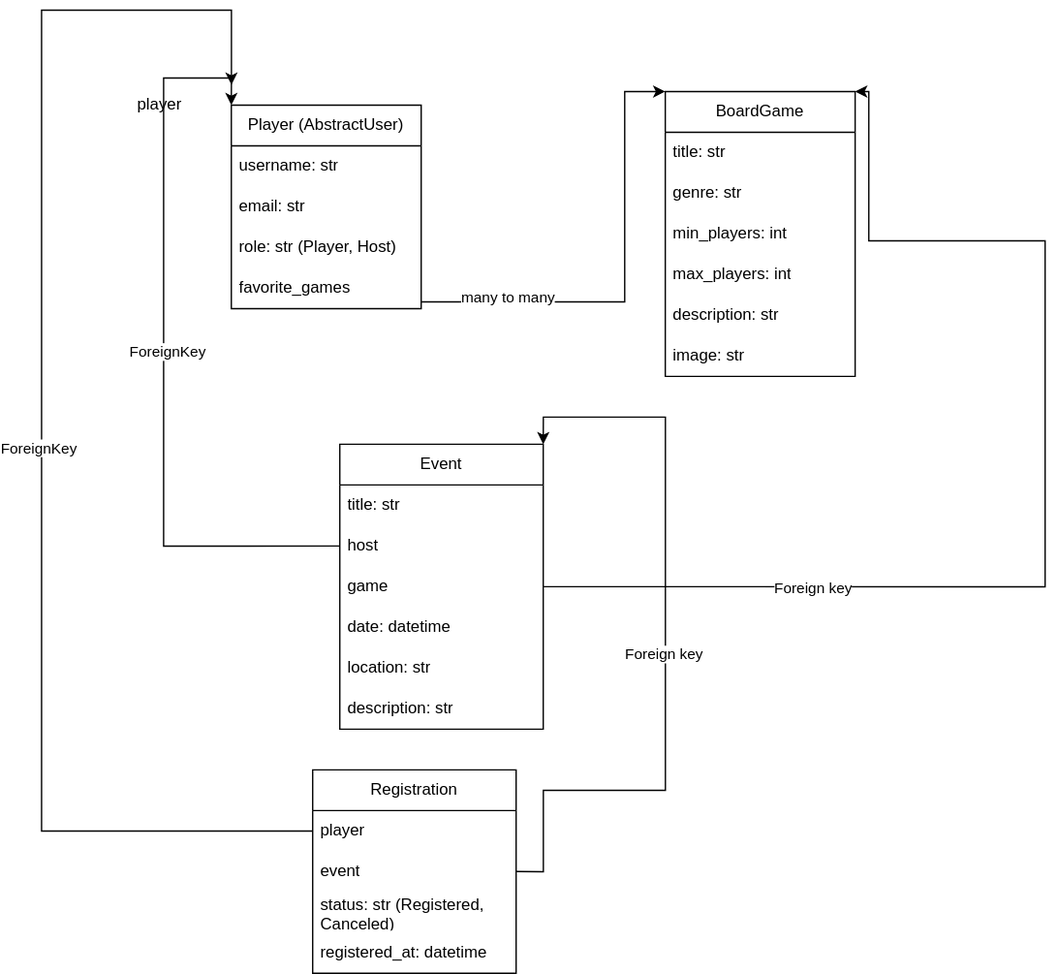
Earlier version of the draw.io export boardgames_models.svg (hlibswork/boardgame-platform). Source tidied: cells renumbered, new cells last; positions are measured from the earlier drawing's top-left corner, leaving out a move shared by most shapes. The source it was exported from:
```xml
<mxGraphModel>
  <root>
    <mxCell id="0" />
    <mxCell id="1" parent="0" />
    <mxCell id="2" value="Player (AbstractUser)" style="swimlane;fontStyle=0;horizontal=1;startSize=30;whiteSpace=wrap;html=1;" parent="1" vertex="1">
      <mxGeometry x="140" y="70" width="140" height="150" as="geometry" />
    </mxCell>
    <mxCell id="3" value="username: str" style="text;strokeColor=none;fillColor=none;align=left;verticalAlign=middle;spacingLeft=4;spacingRight=4;overflow=hidden;whiteSpace=wrap;html=1;" parent="2" vertex="1">
      <mxGeometry y="30" width="140" height="30" as="geometry" />
    </mxCell>
    <mxCell id="4" value="email: str" style="text;strokeColor=none;fillColor=none;align=left;verticalAlign=middle;spacingLeft=4;spacingRight=4;overflow=hidden;whiteSpace=wrap;html=1;" parent="2" vertex="1">
      <mxGeometry y="60" width="140" height="30" as="geometry" />
    </mxCell>
    <mxCell id="5" value="role: str (Player, Host)" style="text;strokeColor=none;fillColor=none;align=left;verticalAlign=middle;spacingLeft=4;spacingRight=4;overflow=hidden;whiteSpace=wrap;html=1;" parent="2" vertex="1">
      <mxGeometry y="90" width="140" height="30" as="geometry" />
    </mxCell>
    <mxCell id="6" value="favorite_games" style="text;strokeColor=none;fillColor=none;align=left;verticalAlign=middle;spacingLeft=4;spacingRight=4;overflow=hidden;points=[[0,0.5],[1,0.5]];portConstraint=eastwest;whiteSpace=wrap;html=1;" parent="2" vertex="1">
      <mxGeometry y="120" width="140" height="30" as="geometry" />
    </mxCell>
    <mxCell id="7" style="edgeStyle=orthogonalEdgeStyle;rounded=0;jettySize=auto;html=1;entryX=0;entryY=0;entryDx=0;entryDy=0;" parent="1" edge="1" source="6" target="9">
      <mxGeometry relative="1" as="geometry">
        <Array as="points">
          <mxPoint x="430" y="215" />
        </Array>
      </mxGeometry>
    </mxCell>
    <mxCell id="8" value="many to many" style="edgeLabel;html=1;align=center;verticalAlign=middle;" parent="7" vertex="1">
      <mxGeometry x="-0.62" y="4" relative="1" as="geometry" />
    </mxCell>
    <mxCell id="9" value="&lt;div&gt;BoardGame&lt;/div&gt;" style="swimlane;fontStyle=0;horizontal=1;startSize=30;whiteSpace=wrap;html=1;" parent="1" vertex="1">
      <mxGeometry x="460" y="60" width="140" height="210" as="geometry" />
    </mxCell>
    <mxCell id="10" value="title: str" style="text;strokeColor=none;fillColor=none;align=left;verticalAlign=middle;spacingLeft=4;spacingRight=4;overflow=hidden;whiteSpace=wrap;html=1;" parent="9" vertex="1">
      <mxGeometry y="30" width="140" height="30" as="geometry" />
    </mxCell>
    <mxCell id="11" value="genre: str" style="text;strokeColor=none;fillColor=none;align=left;verticalAlign=middle;spacingLeft=4;spacingRight=4;overflow=hidden;points=[[0,0.5],[1,0.5]];portConstraint=eastwest;whiteSpace=wrap;html=1;" parent="9" vertex="1">
      <mxGeometry y="60" width="140" height="30" as="geometry" />
    </mxCell>
    <mxCell id="12" value="min_players: int" style="text;strokeColor=none;fillColor=none;align=left;verticalAlign=middle;spacingLeft=4;spacingRight=4;overflow=hidden;whiteSpace=wrap;html=1;" parent="9" vertex="1">
      <mxGeometry y="90" width="140" height="30" as="geometry" />
    </mxCell>
    <mxCell id="13" value="max_players: int" style="text;strokeColor=none;fillColor=none;align=left;verticalAlign=middle;spacingLeft=4;spacingRight=4;overflow=hidden;whiteSpace=wrap;html=1;" parent="9" vertex="1">
      <mxGeometry y="120" width="140" height="30" as="geometry" />
    </mxCell>
    <mxCell id="14" value="description: str" style="text;strokeColor=none;fillColor=none;align=left;verticalAlign=middle;spacingLeft=4;spacingRight=4;overflow=hidden;whiteSpace=wrap;html=1;" parent="9" vertex="1">
      <mxGeometry y="150" width="140" height="30" as="geometry" />
    </mxCell>
    <mxCell id="15" value="image: str" style="text;strokeColor=none;fillColor=none;align=left;verticalAlign=middle;spacingLeft=4;spacingRight=4;overflow=hidden;whiteSpace=wrap;html=1;" parent="9" vertex="1">
      <mxGeometry y="180" width="140" height="30" as="geometry" />
    </mxCell>
    <mxCell id="16" value="Event" style="swimlane;fontStyle=0;horizontal=1;startSize=30;whiteSpace=wrap;html=1;" parent="1" vertex="1">
      <mxGeometry x="220" y="320" width="150" height="210" as="geometry" />
    </mxCell>
    <mxCell id="17" value="title: str" style="text;strokeColor=none;fillColor=none;align=left;verticalAlign=middle;spacingLeft=4;spacingRight=4;overflow=hidden;whiteSpace=wrap;html=1;" parent="16" vertex="1">
      <mxGeometry y="30" width="150" height="30" as="geometry" />
    </mxCell>
    <mxCell id="18" value="host" style="text;strokeColor=none;fillColor=none;align=left;verticalAlign=middle;spacingLeft=4;spacingRight=4;overflow=hidden;points=[[0,0.5],[1,0.5]];portConstraint=eastwest;whiteSpace=wrap;html=1;" parent="16" vertex="1">
      <mxGeometry y="60" width="150" height="30" as="geometry" />
    </mxCell>
    <mxCell id="19" value="game" style="text;strokeColor=none;fillColor=none;align=left;verticalAlign=middle;spacingLeft=4;spacingRight=4;overflow=hidden;points=[[0,0.5],[1,0.5]];portConstraint=eastwest;whiteSpace=wrap;html=1;" parent="16" vertex="1">
      <mxGeometry y="90" width="150" height="30" as="geometry" />
    </mxCell>
    <mxCell id="20" value="date: datetime" style="text;strokeColor=none;fillColor=none;align=left;verticalAlign=middle;spacingLeft=4;spacingRight=4;overflow=hidden;whiteSpace=wrap;html=1;" parent="16" vertex="1">
      <mxGeometry y="120" width="150" height="30" as="geometry" />
    </mxCell>
    <mxCell id="21" value="location: str" style="text;strokeColor=none;fillColor=none;align=left;verticalAlign=middle;spacingLeft=4;spacingRight=4;overflow=hidden;whiteSpace=wrap;html=1;" parent="16" vertex="1">
      <mxGeometry y="150" width="150" height="30" as="geometry" />
    </mxCell>
    <mxCell id="22" value="description: str" style="text;strokeColor=none;fillColor=none;align=left;verticalAlign=middle;spacingLeft=4;spacingRight=4;overflow=hidden;whiteSpace=wrap;html=1;" parent="16" vertex="1">
      <mxGeometry y="180" width="150" height="30" as="geometry" />
    </mxCell>
    <mxCell id="23" style="edgeStyle=orthogonalEdgeStyle;rounded=0;jettySize=auto;html=1;exitX=0;exitY=0.5;exitDx=0;exitDy=0;entryX=0;entryY=0;entryDx=0;entryDy=0;" parent="1" edge="1" source="18" target="2">
      <mxGeometry relative="1" as="geometry">
        <Array as="points">
          <mxPoint x="90" y="395" />
          <mxPoint x="90" y="50" />
          <mxPoint x="140" y="50" />
        </Array>
      </mxGeometry>
    </mxCell>
    <mxCell id="24" value="ForeignKey" style="edgeLabel;html=1;align=center;verticalAlign=middle;" parent="23" vertex="1">
      <mxGeometry y="-2" relative="1" as="geometry" />
    </mxCell>
    <mxCell id="25" style="edgeStyle=orthogonalEdgeStyle;rounded=0;jettySize=auto;html=1;exitX=1;exitY=0.5;exitDx=0;exitDy=0;entryX=1;entryY=0;entryDx=0;entryDy=0;" parent="1" edge="1" source="19" target="9">
      <mxGeometry relative="1" as="geometry">
        <Array as="points">
          <mxPoint x="740" y="425" />
          <mxPoint x="740" y="170" />
          <mxPoint x="610" y="170" />
        </Array>
      </mxGeometry>
    </mxCell>
    <mxCell id="26" value="Foreign key" style="edgeLabel;html=1;align=center;verticalAlign=middle;" parent="25" vertex="1">
      <mxGeometry x="-0.55" relative="1" as="geometry" />
    </mxCell>
    <mxCell id="27" value="Registration " style="swimlane;fontStyle=0;horizontal=1;startSize=30;whiteSpace=wrap;html=1;" parent="1" vertex="1">
      <mxGeometry x="200" y="560" width="150" height="150" as="geometry" />
    </mxCell>
    <mxCell id="28" value="player" style="text;strokeColor=none;fillColor=none;align=left;verticalAlign=middle;spacingLeft=4;spacingRight=4;overflow=hidden;points=[[0,0.5],[1,0.5]];portConstraint=eastwest;whiteSpace=wrap;html=1;" parent="27" vertex="1">
      <mxGeometry y="30" width="150" height="30" as="geometry" />
    </mxCell>
    <mxCell id="29" value="event" style="text;strokeColor=none;fillColor=none;align=left;verticalAlign=middle;spacingLeft=4;spacingRight=4;overflow=hidden;points=[[0,0.5],[1,0.5]];portConstraint=eastwest;whiteSpace=wrap;html=1;" parent="27" vertex="1">
      <mxGeometry y="60" width="150" height="30" as="geometry" />
    </mxCell>
    <mxCell id="30" value="status: str&amp;nbsp;(Registered, Canceled)" style="text;strokeColor=none;fillColor=none;align=left;verticalAlign=middle;spacingLeft=4;spacingRight=4;overflow=hidden;whiteSpace=wrap;html=1;" parent="27" vertex="1">
      <mxGeometry y="90" width="150" height="30" as="geometry" />
    </mxCell>
    <mxCell id="31" value="registered_at: datetime" style="text;strokeColor=none;fillColor=none;align=left;verticalAlign=middle;spacingLeft=4;spacingRight=4;overflow=hidden;whiteSpace=wrap;html=1;" parent="27" vertex="1">
      <mxGeometry y="120" width="150" height="30" as="geometry" />
    </mxCell>
    <mxCell id="32" value="player" style="text;strokeColor=none;fillColor=none;align=left;verticalAlign=middle;spacingLeft=4;spacingRight=4;overflow=hidden;points=[[0,0.5],[1,0.5]];portConstraint=eastwest;whiteSpace=wrap;html=1;" parent="1" vertex="1">
      <mxGeometry x="65" y="55" width="150" height="30" as="geometry" />
    </mxCell>
    <mxCell id="33" style="edgeStyle=orthogonalEdgeStyle;rounded=0;jettySize=auto;html=1;" parent="1" edge="1" source="28" target="32">
      <mxGeometry relative="1" as="geometry">
        <Array as="points">
          <mxPoint y="605" />
          <mxPoint />
          <mxPoint x="140" />
        </Array>
      </mxGeometry>
    </mxCell>
    <mxCell id="34" value="ForeignKey" style="edgeLabel;html=1;align=center;verticalAlign=middle;" parent="33" vertex="1">
      <mxGeometry x="-0.03" y="3" relative="1" as="geometry" />
    </mxCell>
    <mxCell id="35" style="edgeStyle=orthogonalEdgeStyle;rounded=0;jettySize=auto;html=1;exitX=1;exitY=0.5;exitDx=0;exitDy=0;entryX=1;entryY=0;entryDx=0;entryDy=0;" parent="1" edge="1" source="29" target="16">
      <mxGeometry relative="1" as="geometry">
        <Array as="points">
          <mxPoint x="370" y="635" />
          <mxPoint x="370" y="575" />
          <mxPoint x="460" y="575" />
          <mxPoint x="460" y="300" />
          <mxPoint x="370" y="300" />
        </Array>
      </mxGeometry>
    </mxCell>
    <mxCell id="36" value="Foreign key" style="edgeLabel;html=1;align=center;verticalAlign=middle;" parent="35" vertex="1">
      <mxGeometry x="-0.02" y="2" relative="1" as="geometry" />
    </mxCell>
  </root>
</mxGraphModel>
```
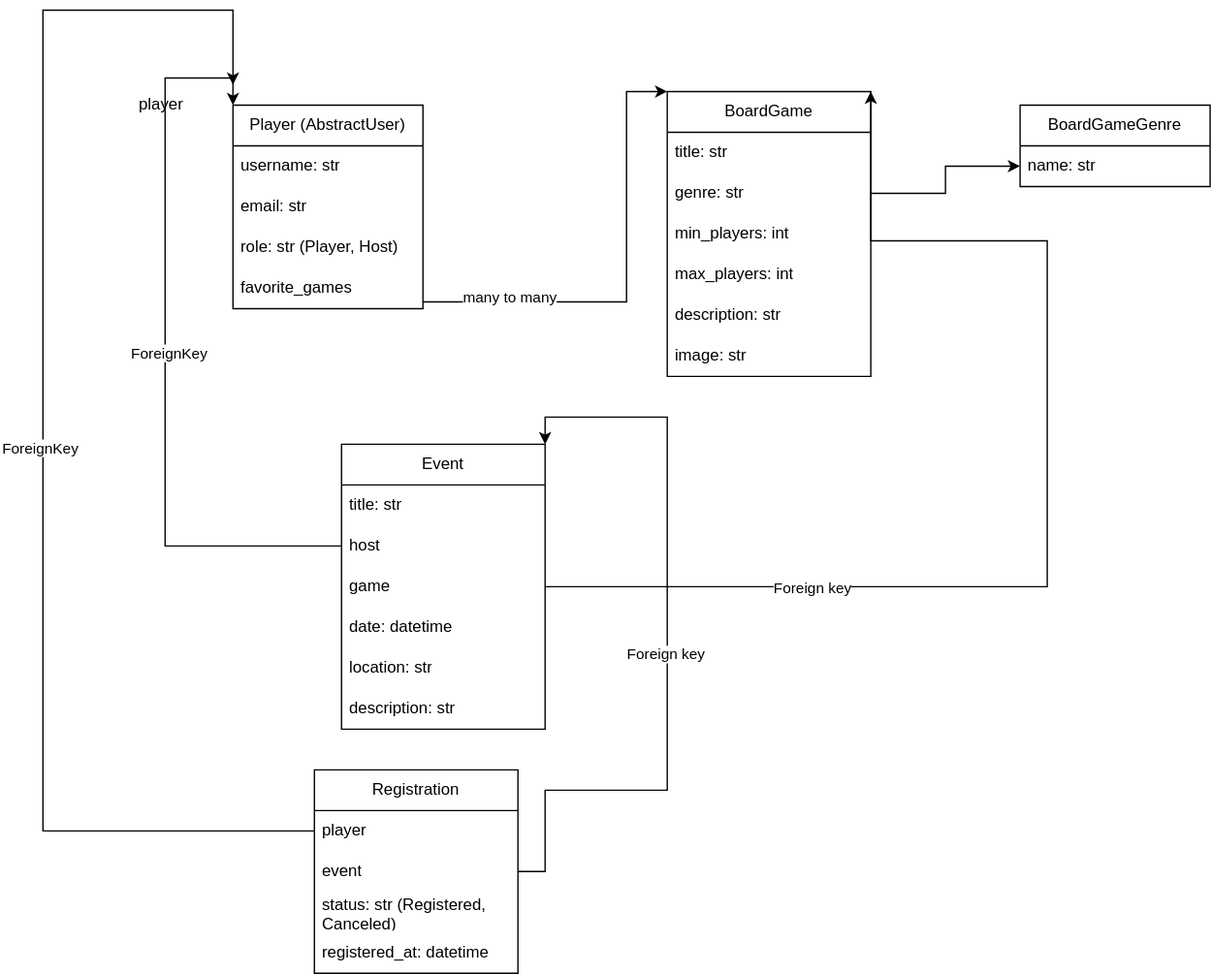
Later version of the same file.

Diff of the diagram source:
```diff
@@ -28,25 +28,25 @@
       <mxGeometry x="-0.62" y="4" relative="1" as="geometry" />
     </mxCell>
     <mxCell id="9" value="&lt;div&gt;BoardGame&lt;/div&gt;" style="swimlane;fontStyle=0;horizontal=1;startSize=30;whiteSpace=wrap;html=1;" parent="1" vertex="1">
-      <mxGeometry x="460" y="60" width="140" height="210" as="geometry" />
+      <mxGeometry x="460" y="60" width="150" height="210" as="geometry" />
     </mxCell>
     <mxCell id="10" value="title: str" style="text;strokeColor=none;fillColor=none;align=left;verticalAlign=middle;spacingLeft=4;spacingRight=4;overflow=hidden;whiteSpace=wrap;html=1;" parent="9" vertex="1">
-      <mxGeometry y="30" width="140" height="30" as="geometry" />
+      <mxGeometry y="30" width="150" height="30" as="geometry" />
     </mxCell>
     <mxCell id="11" value="genre: str" style="text;strokeColor=none;fillColor=none;align=left;verticalAlign=middle;spacingLeft=4;spacingRight=4;overflow=hidden;points=[[0,0.5],[1,0.5]];portConstraint=eastwest;whiteSpace=wrap;html=1;" parent="9" vertex="1">
-      <mxGeometry y="60" width="140" height="30" as="geometry" />
+      <mxGeometry y="60" width="150" height="30" as="geometry" />
     </mxCell>
     <mxCell id="12" value="min_players: int" style="text;strokeColor=none;fillColor=none;align=left;verticalAlign=middle;spacingLeft=4;spacingRight=4;overflow=hidden;whiteSpace=wrap;html=1;" parent="9" vertex="1">
-      <mxGeometry y="90" width="140" height="30" as="geometry" />
+      <mxGeometry y="90" width="150" height="30" as="geometry" />
     </mxCell>
     <mxCell id="13" value="max_players: int" style="text;strokeColor=none;fillColor=none;align=left;verticalAlign=middle;spacingLeft=4;spacingRight=4;overflow=hidden;whiteSpace=wrap;html=1;" parent="9" vertex="1">
-      <mxGeometry y="120" width="140" height="30" as="geometry" />
+      <mxGeometry y="120" width="150" height="30" as="geometry" />
     </mxCell>
     <mxCell id="14" value="description: str" style="text;strokeColor=none;fillColor=none;align=left;verticalAlign=middle;spacingLeft=4;spacingRight=4;overflow=hidden;whiteSpace=wrap;html=1;" parent="9" vertex="1">
-      <mxGeometry y="150" width="140" height="30" as="geometry" />
+      <mxGeometry y="150" width="150" height="30" as="geometry" />
     </mxCell>
     <mxCell id="15" value="image: str" style="text;strokeColor=none;fillColor=none;align=left;verticalAlign=middle;spacingLeft=4;spacingRight=4;overflow=hidden;whiteSpace=wrap;html=1;" parent="9" vertex="1">
-      <mxGeometry y="180" width="140" height="30" as="geometry" />
+      <mxGeometry y="180" width="150" height="30" as="geometry" />
     </mxCell>
     <mxCell id="16" value="Event" style="swimlane;fontStyle=0;horizontal=1;startSize=30;whiteSpace=wrap;html=1;" parent="1" vertex="1">
       <mxGeometry x="220" y="320" width="150" height="210" as="geometry" />
@@ -137,5 +137,14 @@
     <mxCell id="36" value="Foreign key" style="edgeLabel;html=1;align=center;verticalAlign=middle;" parent="35" vertex="1">
       <mxGeometry x="-0.02" y="2" relative="1" as="geometry" />
     </mxCell>
+    <mxCell id="37" style="edgeStyle=orthogonalEdgeStyle;rounded=0;jettySize=auto;html=1;entryX=0;entryY=0.5;entryDx=0;entryDy=0;" parent="1" edge="1" source="11" target="39">
+      <mxGeometry relative="1" as="geometry" />
+    </mxCell>
+    <mxCell id="38" value="BoardGameGenre" style="swimlane;fontStyle=0;horizontal=1;startSize=30;whiteSpace=wrap;html=1;" parent="1" vertex="1">
+      <mxGeometry x="720" y="70" width="140" height="60" as="geometry" />
+    </mxCell>
+    <mxCell id="39" value="name: str" style="text;strokeColor=none;fillColor=none;align=left;verticalAlign=middle;spacingLeft=4;spacingRight=4;overflow=hidden;points=[[0,0.5],[1,0.5]];portConstraint=eastwest;whiteSpace=wrap;html=1;" parent="38" vertex="1">
+      <mxGeometry y="30" width="140" height="30" as="geometry" />
+    </mxCell>
   </root>
 </mxGraphModel>
```
